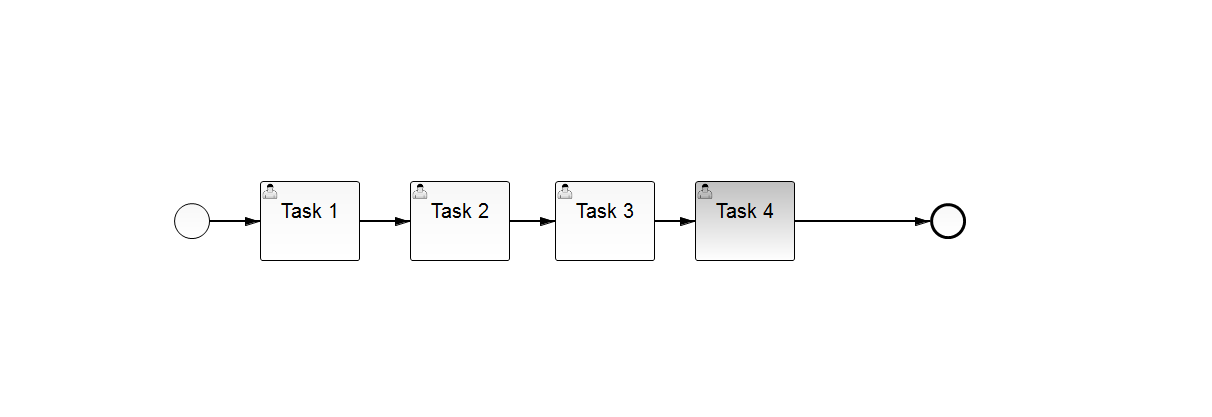
Earlier version of the BPMN export bpmn-server/src/main/resources/VerySimpleProcess.png (gheddie/bpmn_watcher_all_new). Its source is kept beside it as bpmn-server/src/main/resources/VerySimpleProcess.bpmn. Ids are renumbered.
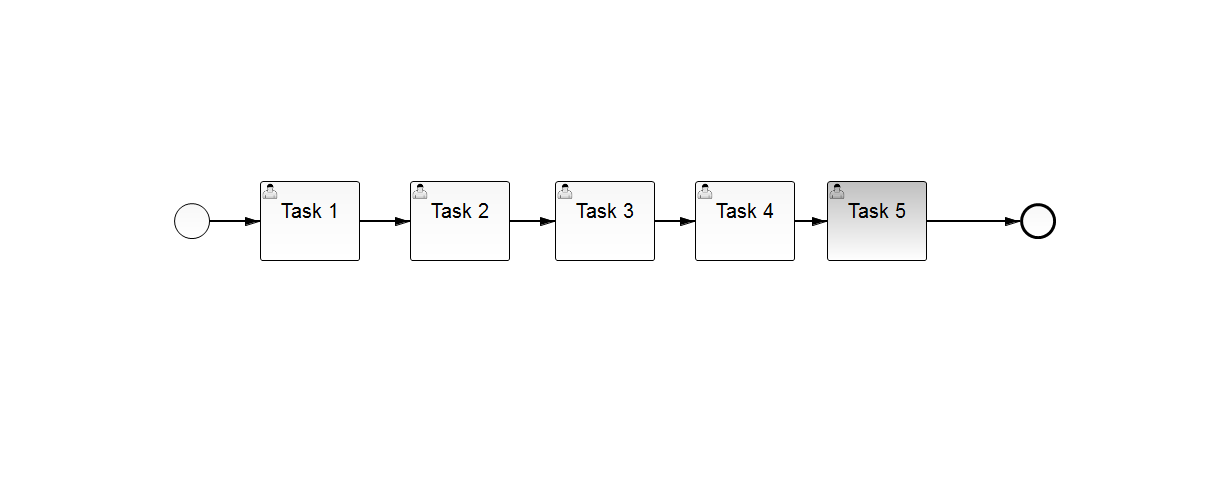
The same diagram one commit later.

Diff of the diagram source:
```diff
@@ -19,14 +19,19 @@
       <bpmn2:outgoing>SequenceFlow_4</bpmn2:outgoing>
     </bpmn2:userTask>
     <bpmn2:sequenceFlow id="SequenceFlow_4" name="" sourceRef="UserTask_3" targetRef="UserTask_4"/>
-    <bpmn2:endEvent id="EndEvent_1">
-      <bpmn2:incoming>SequenceFlow_5</bpmn2:incoming>
-    </bpmn2:endEvent>
     <bpmn2:userTask id="UserTask_4" camunda:assignee="Franz" name="Task 4">
       <bpmn2:incoming>SequenceFlow_4</bpmn2:incoming>
       <bpmn2:outgoing>SequenceFlow_5</bpmn2:outgoing>
     </bpmn2:userTask>
-    <bpmn2:sequenceFlow id="SequenceFlow_5" name="" sourceRef="UserTask_4" targetRef="EndEvent_1"/>
+    <bpmn2:sequenceFlow id="SequenceFlow_5" name="" sourceRef="UserTask_4" targetRef="UserTask_5"/>
+    <bpmn2:endEvent id="EndEvent_1">
+      <bpmn2:incoming>SequenceFlow_6</bpmn2:incoming>
+    </bpmn2:endEvent>
+    <bpmn2:userTask id="UserTask_5" name="Task 5">
+      <bpmn2:incoming>SequenceFlow_5</bpmn2:incoming>
+      <bpmn2:outgoing>SequenceFlow_6</bpmn2:outgoing>
+    </bpmn2:userTask>
+    <bpmn2:sequenceFlow id="SequenceFlow_6" name="" sourceRef="UserTask_5" targetRef="EndEvent_1"/>
   </bpmn2:process>
   <bpmndi:BPMNDiagram id="BPMNDiagram_1">
     <bpmndi:BPMNPlane id="BPMNPlane_1" bpmnElement="VerySimpleProcess">
@@ -48,9 +53,9 @@
         <di:waypoint xsi:type="dc:Point" x="410.0" y="221.0"/>
       </bpmndi:BPMNEdge>
       <bpmndi:BPMNShape id="_BPMNShape_EndEvent_8" bpmnElement="EndEvent_1">
-        <dc:Bounds height="36.0" width="36.0" x="930.0" y="203.0"/>
+        <dc:Bounds height="36.0" width="36.0" x="1020.0" y="203.0"/>
         <bpmndi:BPMNLabel>
-          <dc:Bounds height="0.0" width="0.0" x="948.0" y="244.0"/>
+          <dc:Bounds height="0.0" width="0.0" x="1038.0" y="244.0"/>
         </bpmndi:BPMNLabel>
       </bpmndi:BPMNShape>
       <bpmndi:BPMNEdge id="BPMNEdge_SequenceFlow_3" bpmnElement="SequenceFlow_3" sourceElement="_BPMNShape_UserTask_6" targetElement="_BPMNShape_UserTask_7">
@@ -73,9 +78,19 @@
       <bpmndi:BPMNShape id="_BPMNShape_UserTask_8" bpmnElement="UserTask_4">
         <dc:Bounds height="80.0" width="100.0" x="695.0" y="181.0"/>
       </bpmndi:BPMNShape>
-      <bpmndi:BPMNEdge id="BPMNEdge_SequenceFlow_5" bpmnElement="SequenceFlow_5" sourceElement="_BPMNShape_UserTask_8" targetElement="_BPMNShape_EndEvent_8">
+      <bpmndi:BPMNEdge id="BPMNEdge_SequenceFlow_5" bpmnElement="SequenceFlow_5" sourceElement="_BPMNShape_UserTask_8" targetElement="_BPMNShape_UserTask_10">
         <di:waypoint xsi:type="dc:Point" x="795.0" y="221.0"/>
-        <di:waypoint xsi:type="dc:Point" x="930.0" y="221.0"/>
+        <di:waypoint xsi:type="dc:Point" x="827.0" y="221.0"/>
+        <bpmndi:BPMNLabel>
+          <dc:Bounds height="6.0" width="6.0" x="808.0" y="221.0"/>
+        </bpmndi:BPMNLabel>
+      </bpmndi:BPMNEdge>
+      <bpmndi:BPMNShape id="_BPMNShape_UserTask_10" bpmnElement="UserTask_5">
+        <dc:Bounds height="80.0" width="100.0" x="827.0" y="181.0"/>
+      </bpmndi:BPMNShape>
+      <bpmndi:BPMNEdge id="BPMNEdge_SequenceFlow_6" bpmnElement="SequenceFlow_6" sourceElement="_BPMNShape_UserTask_10" targetElement="_BPMNShape_EndEvent_8">
+        <di:waypoint xsi:type="dc:Point" x="927.0" y="221.0"/>
+        <di:waypoint xsi:type="dc:Point" x="1020.0" y="221.0"/>
       </bpmndi:BPMNEdge>
     </bpmndi:BPMNPlane>
   </bpmndi:BPMNDiagram>
```
